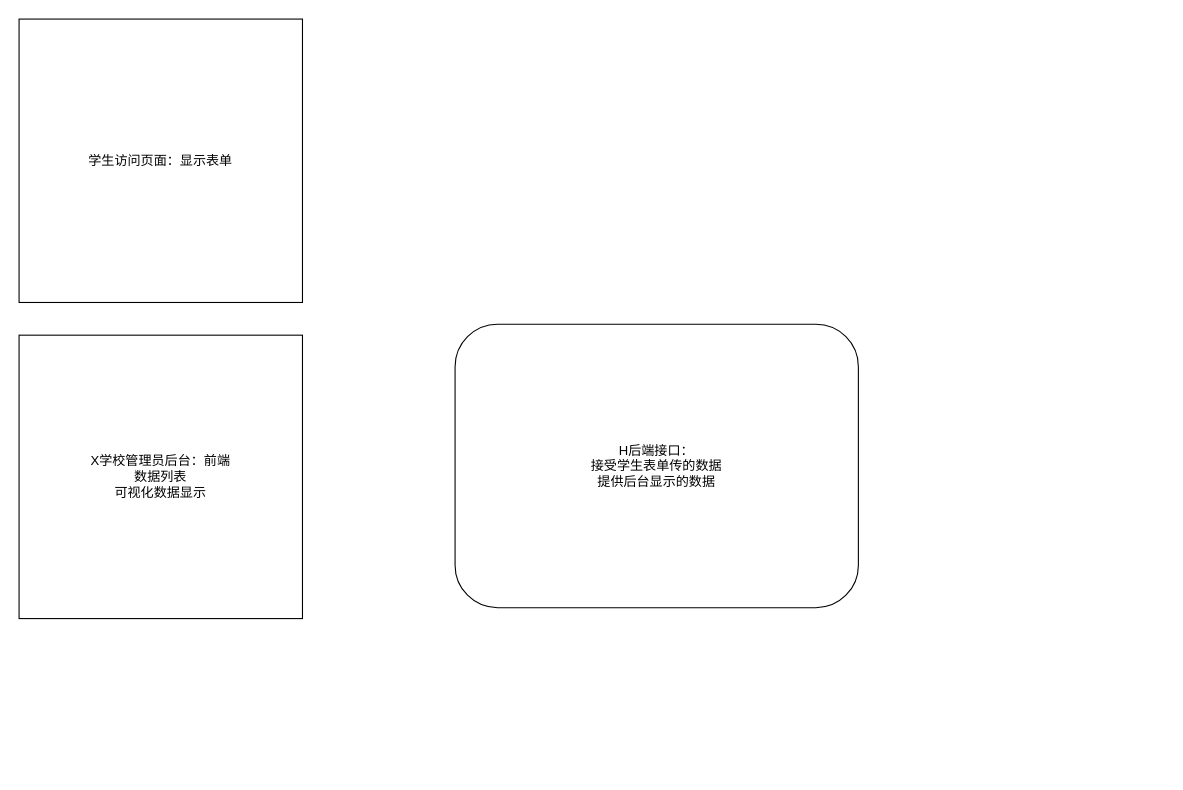
MrChihiro/chihiro-notes keeps this draw.io diagram as 笔记/Untitled Diagram.drawio. Above is the earlier version. Source tidied: cells renumbered, new cells numbered last; positions are measured from the earlier drawing's top-left corner, leaving out a move shared by most shapes. Both pictures are drawn from the tidied source at 109%, with x=0, y=0 at pixel (19, 19).
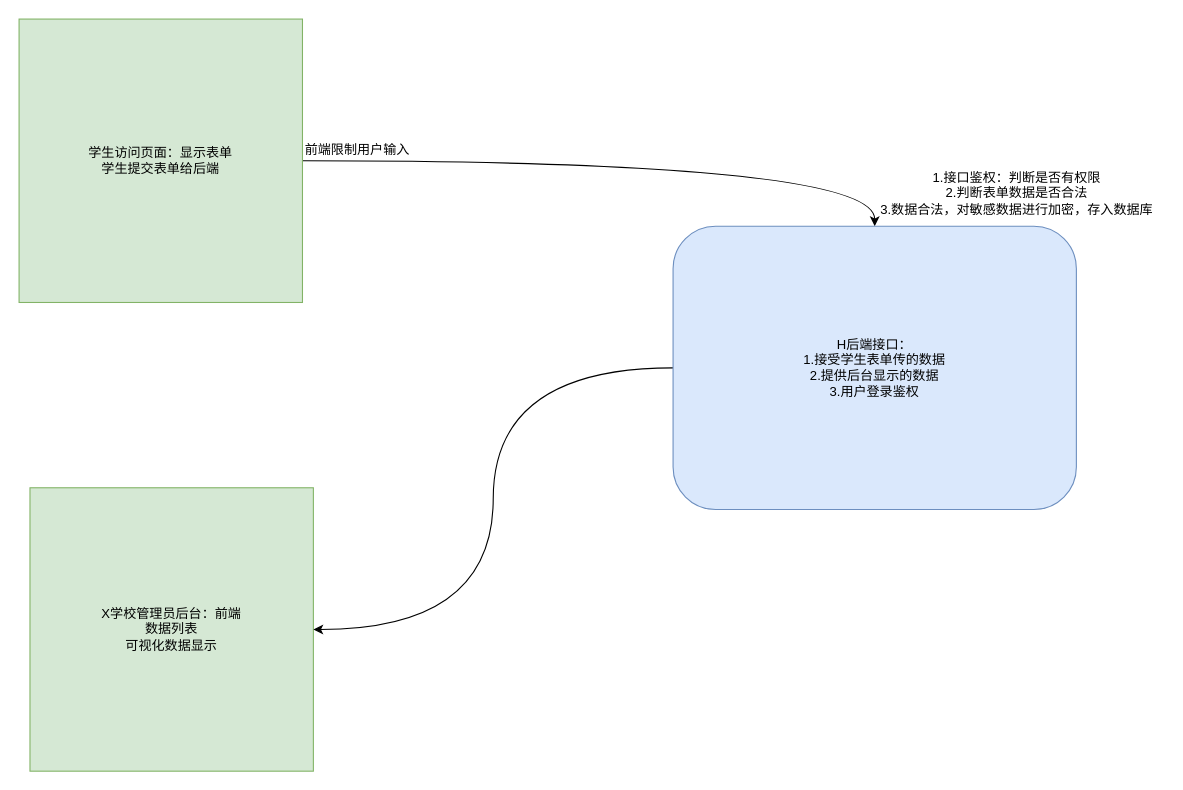
After the change.

Commit message:
网站流程图

Diff of the diagram source:
```diff
@@
 <mxGraphModel>
   <root>
     <mxCell id="0" />
     <mxCell id="1" parent="0" />
+    <mxCell id="5" style="edgeStyle=orthogonalEdgeStyle;rounded=0;jettySize=auto;html=1;entryX=0.5;entryY=0;entryDx=0;entryDy=0;elbow=vertical;exitX=1;exitY=0.5;exitDx=0;exitDy=0;curved=1;" parent="1" edge="1" source="2" target="4">
+      <mxGeometry relative="1" as="geometry" />
+    </mxCell>
-    <mxCell id="2" value="学生访问页面：显示表单" style="whiteSpace=wrap;html=1;" parent="1" vertex="1">
+    <mxCell id="2" value="学生访问页面：显示表单&lt;br&gt;学生提交表单给后端&lt;br&gt;" style="whiteSpace=wrap;html=1;fillColor=#d5e8d4;strokeColor=#82b366;" parent="1" vertex="1">
       <mxGeometry width="260" height="260" as="geometry" />
     </mxCell>
-    <mxCell id="3" value="X学校管理员后台：前端&lt;br&gt;数据列表&lt;br&gt;可视化数据显示&lt;br&gt;" style="whiteSpace=wrap;html=1;" parent="1" vertex="1">
-      <mxGeometry y="290" width="260" height="260" as="geometry" />
+    <mxCell id="3" value="X学校管理员后台：前端&lt;br&gt;数据列表&lt;br&gt;可视化数据显示&lt;br&gt;" style="whiteSpace=wrap;html=1;fillColor=#d5e8d4;strokeColor=#82b366;" parent="1" vertex="1">
+      <mxGeometry x="10" y="430" width="260" height="260" as="geometry" />
     </mxCell>
+    <mxCell id="6" style="edgeStyle=orthogonalEdgeStyle;curved=1;rounded=0;jettySize=auto;html=1;elbow=vertical;" parent="1" edge="1" source="4" target="3">
+      <mxGeometry relative="1" as="geometry" />
+    </mxCell>
-    <mxCell id="4" value="H后端接口：&lt;br&gt;接受学生表单传的数据&lt;br&gt;提供后台显示的数据&lt;br&gt;" style="rounded=1;whiteSpace=wrap;html=1;" parent="1" vertex="1">
-      <mxGeometry x="400" y="280" width="370" height="260" as="geometry" />
+    <mxCell id="4" value="H后端接口：&lt;br&gt;1.接受学生表单传的数据&lt;br&gt;2.提供后台显示的数据&lt;br&gt;3.用户登录鉴权&lt;br&gt;" style="rounded=1;whiteSpace=wrap;html=1;fillColor=#dae8fc;strokeColor=#6c8ebf;" parent="1" vertex="1">
+      <mxGeometry x="600" y="190" width="370" height="260" as="geometry" />
     </mxCell>
+    <mxCell id="7" value="1.接口鉴权：判断是否有权限&lt;br&gt;2.判断表单数据是否合法&lt;br&gt;3.数据合法，对敏感数据进行加密，存入数据库" style="text;html=1;align=center;verticalAlign=middle;fillColor=none;strokeColor=none;rounded=0;" parent="1" vertex="1">
+      <mxGeometry x="780" y="130" width="270" height="60" as="geometry" />
+    </mxCell>
+    <mxCell id="8" value="前端限制用户输入" style="text;html=1;align=center;verticalAlign=middle;fillColor=none;strokeColor=none;rounded=0;" parent="1" vertex="1">
+      <mxGeometry x="250" y="105" width="120" height="30" as="geometry" />
+    </mxCell>
   </root>
 </mxGraphModel>
```
